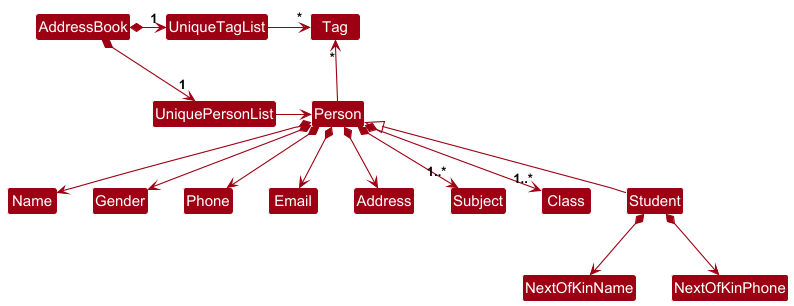
This is docs/images/BetterModelClassDiagram.png from nus-cs2103-AY2425S1/tp, a PlantUML export, as it was before one commit.
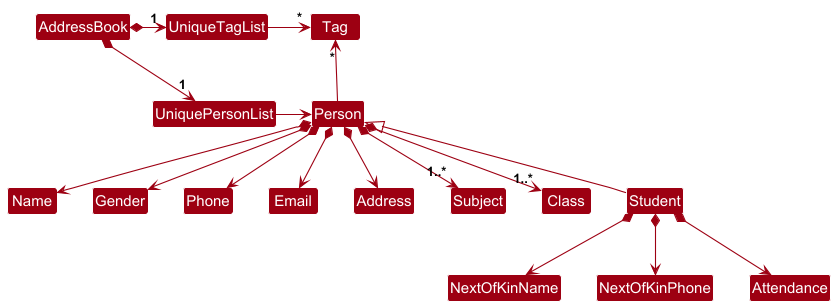
After the commit.

Commit message:
Update UML diagrams

What changed in the source:
```diff
@@ -25,5 +25,6 @@
 Student -up-|> Person
 Student *--> NextOfKinName
 Student *--> NextOfKinPhone
+Student *--> Attendance
 
 @enduml
```
